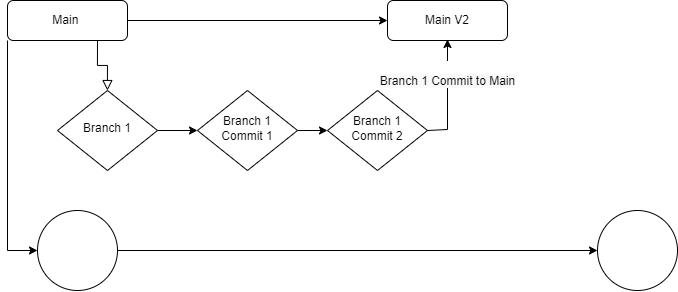
Above: Git/GitBranch/GitBranch Diagram.drawio.png in XXLMandalorian013/diagrams.net (draw.io), before the change. Source tidied: cells renumbered, new cells last; positions are measured from the earlier drawing's top-left corner, leaving out a move shared by most shapes.
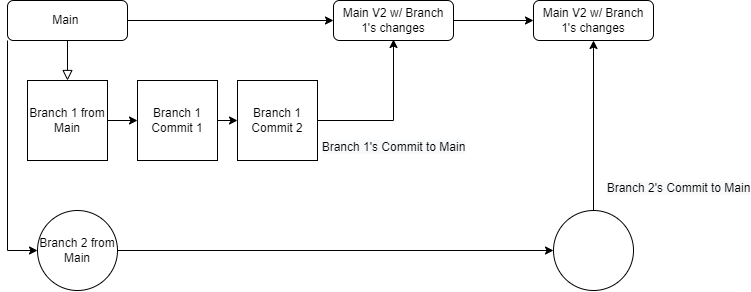
The same diagram one commit later.

Change to the diagram source:
```diff
@@ -2,7 +2,7 @@
   <root>
     <mxCell id="0" />
     <mxCell id="1" parent="0" />
-    <mxCell id="2" style="rounded=0;html=1;jettySize=auto;fontSize=11;endArrow=block;endFill=0;endSize=8;strokeWidth=1;shadow=0;labelBackgroundColor=none;edgeStyle=orthogonalEdgeStyle;exitX=0.75;exitY=1;exitDx=0;exitDy=0;" parent="1" edge="1" source="4" target="6">
+    <mxCell id="2" style="rounded=0;html=1;jettySize=auto;fontSize=11;endArrow=block;endFill=0;endSize=8;strokeWidth=1;shadow=0;labelBackgroundColor=none;edgeStyle=orthogonalEdgeStyle;exitX=0.5;exitY=1;exitDx=0;exitDy=0;entryX=0.5;entryY=0;entryDx=0;entryDy=0;" parent="1" edge="1" source="4" target="17">
       <mxGeometry relative="1" as="geometry" />
     </mxCell>
     <mxCell id="3" style="edgeStyle=orthogonalEdgeStyle;rounded=0;jettySize=auto;html=1;" parent="1" edge="1" source="4" target="9">
@@ -11,39 +11,29 @@
     <mxCell id="4" value="Main&amp;nbsp;" style="rounded=1;whiteSpace=wrap;html=1;fontSize=12;glass=0;strokeWidth=1;shadow=0;" parent="1" vertex="1">
       <mxGeometry width="120" height="40" as="geometry" />
     </mxCell>
-    <mxCell id="5" style="edgeStyle=orthogonalEdgeStyle;rounded=0;jettySize=auto;html=1;" parent="1" edge="1" source="6" target="11">
-      <mxGeometry relative="1" as="geometry" />
-    </mxCell>
-    <mxCell id="6" value="Branch 1" style="rhombus;whiteSpace=wrap;html=1;shadow=0;fontFamily=Helvetica;fontSize=12;align=center;strokeWidth=1;spacing=6;spacingTop=-4;" parent="1" vertex="1">
-      <mxGeometry x="50" y="90" width="100" height="80" as="geometry" />
-    </mxCell>
     <mxCell id="7" style="edgeStyle=orthogonalEdgeStyle;rounded=0;jettySize=auto;html=1;" parent="1" edge="1" source="8" target="12">
       <mxGeometry relative="1" as="geometry" />
     </mxCell>
-    <mxCell id="8" style="ellipse;whiteSpace=wrap;html=1;" parent="1" vertex="1">
+    <mxCell id="8" value="Branch 2 from Main" style="ellipse;whiteSpace=wrap;html=1;" parent="1" vertex="1">
       <mxGeometry x="30" y="210" width="80" height="80" as="geometry" />
     </mxCell>
+    <mxCell id="16" style="edgeStyle=orthogonalEdgeStyle;rounded=0;jettySize=auto;html=1;" parent="1" edge="1" source="9" target="19">
+      <mxGeometry relative="1" as="geometry" />
+    </mxCell>
-    <mxCell id="9" value="Main V2" style="rounded=1;whiteSpace=wrap;html=1;fontSize=12;glass=0;strokeWidth=1;shadow=0;" parent="1" vertex="1">
-      <mxGeometry x="380" width="120" height="40" as="geometry" />
+    <mxCell id="9" value="Main V2 w/ Branch 1's changes" style="rounded=1;whiteSpace=wrap;html=1;fontSize=12;glass=0;strokeWidth=1;shadow=0;" parent="1" vertex="1">
+      <mxGeometry x="326" width="120" height="40" as="geometry" />
     </mxCell>
-    <mxCell id="10" style="edgeStyle=orthogonalEdgeStyle;rounded=0;jettySize=auto;html=1;" parent="1" edge="1" source="11" target="13">
-      <mxGeometry relative="1" as="geometry" />
-    </mxCell>
-    <mxCell id="11" value="Branch 1 Commit 1" style="rhombus;whiteSpace=wrap;html=1;shadow=0;fontFamily=Helvetica;fontSize=12;align=center;strokeWidth=1;spacing=6;spacingTop=-4;" parent="1" vertex="1">
-      <mxGeometry x="190" y="90" width="100" height="80" as="geometry" />
-    </mxCell>
     <mxCell id="12" style="ellipse;whiteSpace=wrap;html=1;" parent="1" vertex="1">
-      <mxGeometry x="590" y="210" width="80" height="80" as="geometry" />
+      <mxGeometry x="546" y="210" width="80" height="80" as="geometry" />
     </mxCell>
-    <mxCell id="13" value="Branch 1 Commit 2" style="rhombus;whiteSpace=wrap;html=1;shadow=0;fontFamily=Helvetica;fontSize=12;align=center;strokeWidth=1;spacing=6;spacingTop=-4;" parent="1" vertex="1">
-      <mxGeometry x="320" y="90" width="100" height="80" as="geometry" />
-    </mxCell>
-    <mxCell id="14" value="&lt;br&gt;&lt;span style=&quot;color: rgb(0, 0, 0); font-family: Helvetica; font-size: 12px; font-style: normal; font-variant-ligatures: normal; font-variant-caps: normal; font-weight: 400; letter-spacing: normal; orphans: 2; text-align: center; text-indent: 0px; text-transform: none; widows: 2; word-spacing: 0px; -webkit-text-stroke-width: 0px; background-color: rgb(248, 249, 250); text-decoration-thickness: initial; text-decoration-style: initial; text-decoration-color: initial; float: none; display: inline !important;&quot;&gt;Branch 1 Commit to Main&lt;/span&gt;&lt;br&gt;" style="endArrow=classic;html=1;rounded=0;entryX=0.5;entryY=1;entryDx=0;entryDy=0;exitX=1;exitY=0.5;exitDx=0;exitDy=0;" parent="1" edge="1" source="13">
-      <mxGeometry x="0.37" relative="1" as="geometry">
-        <mxPoint x="440" y="39" as="targetPoint" />
+    <mxCell id="14" value="&lt;br&gt;&lt;span style=&quot;color: rgb(0, 0, 0); font-family: Helvetica; font-size: 12px; font-style: normal; font-variant-ligatures: normal; font-variant-caps: normal; font-weight: 400; letter-spacing: normal; orphans: 2; text-align: center; text-indent: 0px; text-transform: none; widows: 2; word-spacing: 0px; -webkit-text-stroke-width: 0px; background-color: rgb(248, 249, 250); text-decoration-thickness: initial; text-decoration-style: initial; text-decoration-color: initial; float: none; display: inline !important;&quot;&gt;Branch 1's Commit to Main&lt;/span&gt;" style="endArrow=classic;html=1;rounded=0;entryX=0.5;entryY=1;entryDx=0;entryDy=0;exitX=1;exitY=0.5;exitDx=0;exitDy=0;" parent="1" edge="1">
+      <mxGeometry x="-0.03" y="20" relative="1" as="geometry">
+        <mxPoint x="310" y="120" as="sourcePoint" />
+        <mxPoint x="386" y="39" as="targetPoint" />
         <Array as="points">
-          <mxPoint x="440" y="129" />
+          <mxPoint x="386" y="120" />
         </Array>
+        <mxPoint x="20" y="20" as="offset" />
       </mxGeometry>
     </mxCell>
     <mxCell id="15" style="endArrow=classic;html=1;rounded=0;entryX=0;entryY=0.5;entryDx=0;entryDy=0;exitX=0;exitY=1;exitDx=0;exitDy=0;" parent="1" edge="1" source="4" target="8">
@@ -53,5 +43,31 @@
         </Array>
       </mxGeometry>
     </mxCell>
+    <mxCell id="17" value="Branch 1 from Main" style="whiteSpace=wrap;html=1;" parent="1" vertex="1">
+      <mxGeometry x="20" y="80" width="80" height="80" as="geometry" />
+    </mxCell>
+    <mxCell id="11" value="Branch 1 Commit 1" style="whiteSpace=wrap;html=1;" parent="1" vertex="1">
+      <mxGeometry x="130" y="80" width="80" height="80" as="geometry" />
+    </mxCell>
+    <mxCell id="13" value="Branch 1 Commit 2" style="whiteSpace=wrap;html=1;" parent="1" vertex="1">
+      <mxGeometry x="230" y="80" width="80" height="80" as="geometry" />
+    </mxCell>
+    <mxCell id="18" style="endArrow=classic;html=1;rounded=0;exitX=1;exitY=0.5;exitDx=0;exitDy=0;entryX=0;entryY=0.5;entryDx=0;entryDy=0;" parent="1" edge="1" source="17" target="11">
+      <mxGeometry relative="1" as="geometry" />
+    </mxCell>
+    <mxCell id="10" style="endArrow=classic;html=1;rounded=0;exitX=1;exitY=0.5;exitDx=0;exitDy=0;entryX=0;entryY=0.5;entryDx=0;entryDy=0;" parent="1" edge="1" source="11" target="13">
+      <mxGeometry relative="1" as="geometry" />
+    </mxCell>
+    <mxCell id="19" value="Main V2 w/ Branch 1's changes" style="rounded=1;whiteSpace=wrap;html=1;fontSize=12;glass=0;strokeWidth=1;shadow=0;" parent="1" vertex="1">
+      <mxGeometry x="526" width="120" height="40" as="geometry" />
+    </mxCell>
+    <mxCell id="20" style="endArrow=classic;html=1;rounded=0;exitX=0.5;exitY=0;exitDx=0;exitDy=0;entryX=0.5;entryY=1;entryDx=0;entryDy=0;" parent="1" edge="1" source="12" target="19">
+      <mxGeometry relative="1" as="geometry" />
+    </mxCell>
+    <mxCell id="21" value="&lt;br&gt;&lt;span style=&quot;font-size: 12px; background-color: rgb(248, 249, 250);&quot;&gt;Branch 2's Commit to Main&lt;/span&gt;" style="edgeLabel;html=1;align=center;verticalAlign=middle;" parent="20" vertex="1">
+      <mxGeometry relative="1" as="geometry">
+        <mxPoint x="84" y="55" as="offset" />
+      </mxGeometry>
+    </mxCell>
   </root>
 </mxGraphModel>
```
